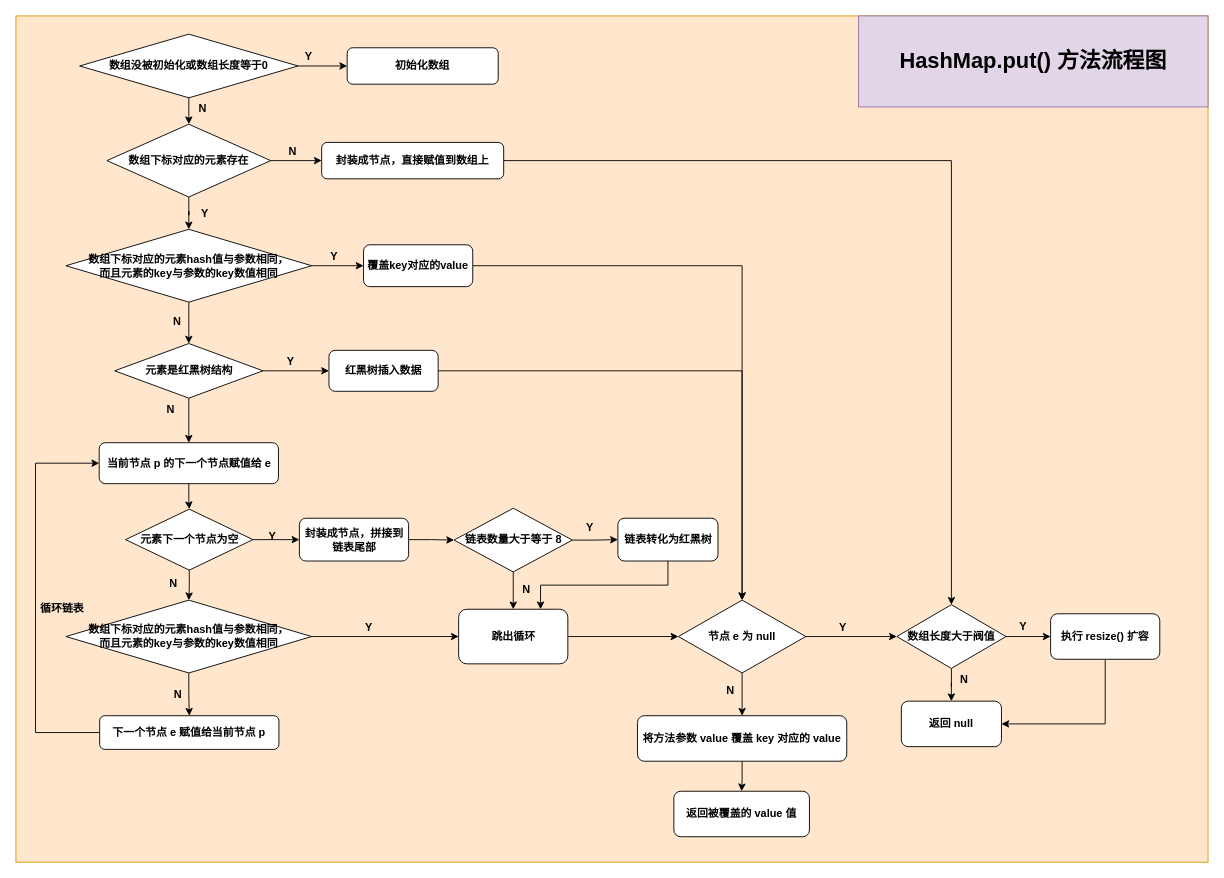
This is HashMap/put源码流程图.drawio from Muggle666/PicGo, a draw.io file, before an edit. Source tidied: cells renumbered, new cells numbered last; positions are measured from the earlier drawing's top-left corner, leaving out a move shared by most shapes. Both pictures are drawn from the tidied source at 91%, with x=0, y=0 at pixel (15, 15).
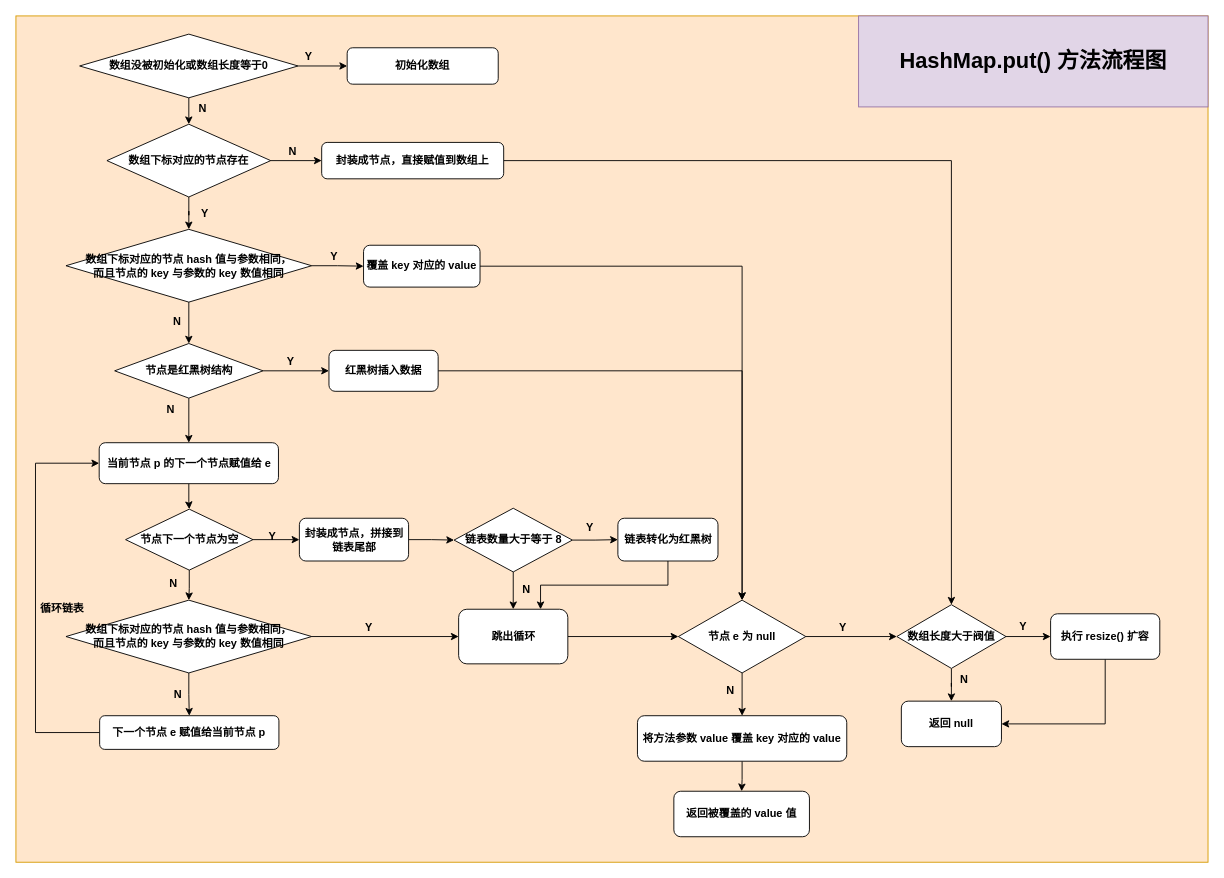
After the change.

The edit, as a diff of the source:
```diff
@@
-    <mxCell id="10" value="数组下标对应的元素存在" style="rhombus;whiteSpace=wrap;html=1;fontStyle=1;" parent="1" vertex="1">
+    <mxCell id="10" value="数组下标对应的节点存在" style="rhombus;whiteSpace=wrap;html=1;fontStyle=1;" parent="1" vertex="1">
       <mxGeometry x="100" y="119" width="180" height="80" as="geometry" />
     </mxCell>
@@
-    <mxCell id="16" value="数组下标对应的元素hash值与参数相同，&lt;br&gt;而且元素的key与参数的key数值相同" style="rhombus;whiteSpace=wrap;html=1;fontStyle=1;" parent="1" vertex="1">
+    <mxCell id="16" value="数组下标对应的节点 hash 值与参数相同，&lt;br&gt;而且节点的 key 与参数的 key 数值相同" style="rhombus;whiteSpace=wrap;html=1;fontStyle=1;" parent="1" vertex="1">
       <mxGeometry x="55" y="234.5" width="270" height="80" as="geometry" />
     </mxCell>
@@
-    <mxCell id="18" value="覆盖key对应的value" style="rounded=1;whiteSpace=wrap;html=1;fontStyle=1;" parent="1" vertex="1">
-      <mxGeometry x="382" y="251.5" width="120" height="46" as="geometry" />
+    <mxCell id="18" value="覆盖 key 对应的 value" style="rounded=1;whiteSpace=wrap;html=1;fontStyle=1;" parent="1" vertex="1">
+      <mxGeometry x="382" y="252" width="128" height="46" as="geometry" />
     </mxCell>
@@
-    <mxCell id="22" value="元素是红黑树结构" style="rhombus;whiteSpace=wrap;html=1;fontStyle=1;" parent="1" vertex="1">
+    <mxCell id="22" value="节点是红黑树结构" style="rhombus;whiteSpace=wrap;html=1;fontStyle=1;" parent="1" vertex="1">
       <mxGeometry x="108.5" y="360" width="163" height="60" as="geometry" />
     </mxCell>
@@
-    <mxCell id="28" value="元素下一个节点为空" style="rhombus;whiteSpace=wrap;html=1;fontStyle=1;" parent="1" vertex="1">
+    <mxCell id="28" value="节点下一个节点为空" style="rhombus;whiteSpace=wrap;html=1;fontStyle=1;" parent="1" vertex="1">
       <mxGeometry x="120.5" y="542" width="140" height="67" as="geometry" />
     </mxCell>
@@
-    <mxCell id="39" value="数组下标对应的元素hash值与参数相同，&lt;br&gt;而且元素的key与参数的key数值相同" style="rhombus;whiteSpace=wrap;html=1;fontStyle=1;" parent="1" vertex="1">
+    <mxCell id="39" value="数组下标对应的节点 hash 值与参数相同，&lt;br&gt;而且节点的 key 与参数的 key 数值相同" style="rhombus;whiteSpace=wrap;html=1;fontStyle=1;" parent="1" vertex="1">
       <mxGeometry x="55" y="642" width="270" height="80" as="geometry" />
     </mxCell>
```
